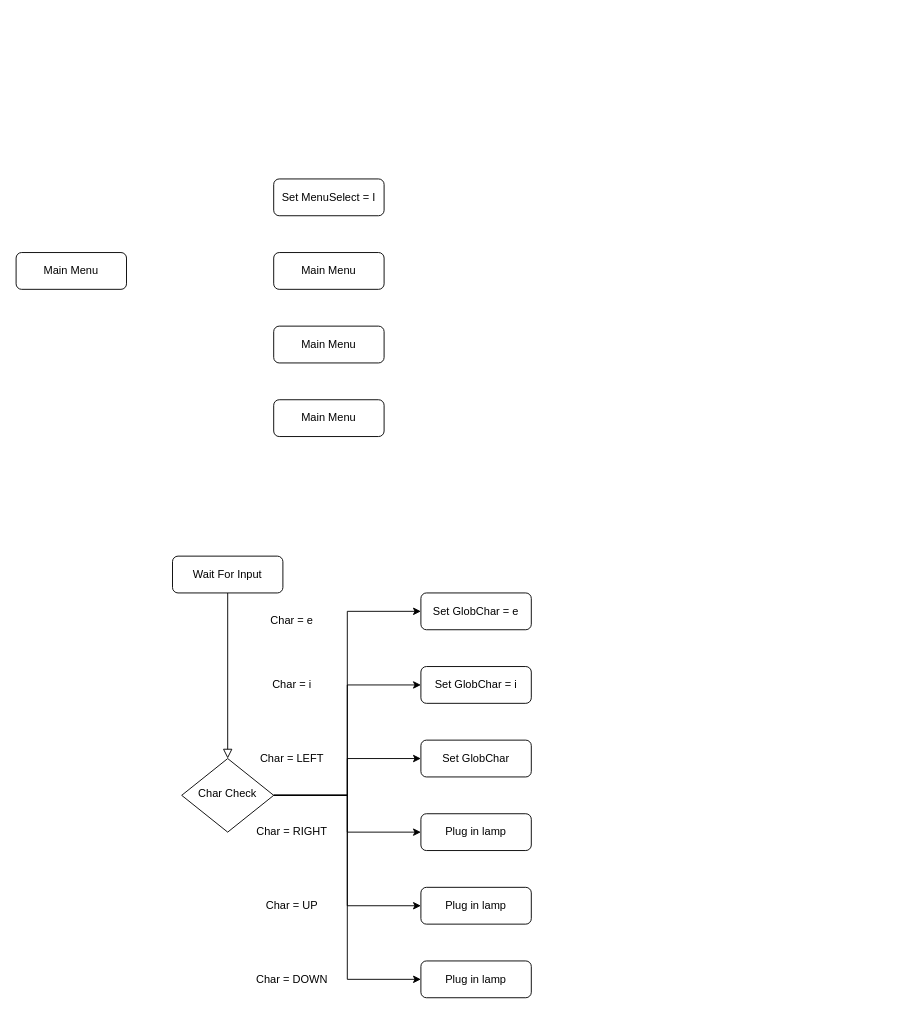
The draw.io diagram GameFLow.drawio in Gamme40/MazeRunner, before the edit. Source tidied: cells renumbered, new cells numbered last; positions are measured from the earlier drawing's top-left corner, leaving out a move shared by most shapes. Both pictures are drawn from the tidied source at 92%, with x=0, y=0 at pixel (16, 178).
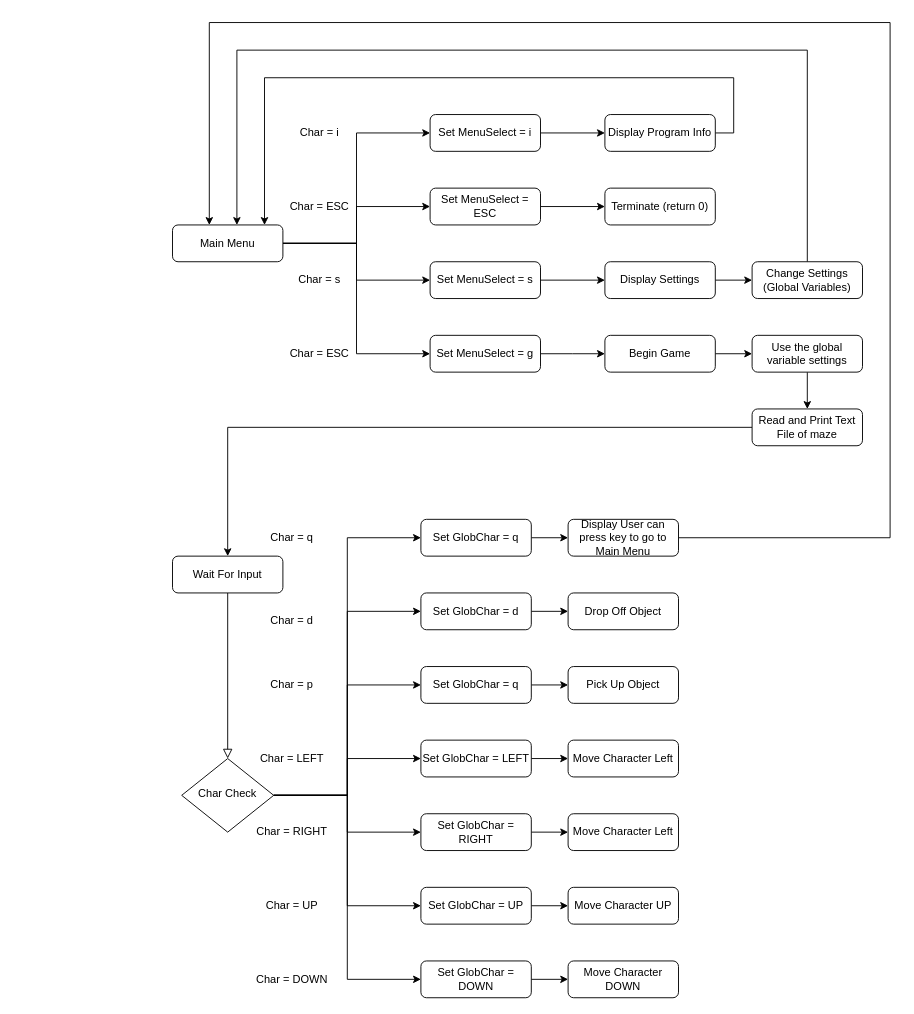
After the change.

Unchanged cells that the change refers to:
```xml
<mxCell id="3" value="Wait For Input" style="rounded=1;whiteSpace=wrap;html=1;fontSize=12;glass=0;strokeWidth=1;shadow=0;" parent="1" vertex="1">
  <mxGeometry x="170" y="410" width="120" height="40" as="geometry" />
</mxCell>
<mxCell id="10" value="Char Check" style="rhombus;whiteSpace=wrap;html=1;shadow=0;fontFamily=Helvetica;fontSize=12;align=center;strokeWidth=1;spacing=6;spacingTop=-4;" parent="1" vertex="1">
  <mxGeometry x="180" y="630" width="100" height="80" as="geometry" />
</mxCell>
```

Diff of the diagram source:
```diff
@@
+    <mxCell id="28" style="edgeStyle=orthogonalEdgeStyle;rounded=0;jettySize=auto;html=1;exitX=1;exitY=0.5;exitDx=0;exitDy=0;entryX=0;entryY=0.5;entryDx=0;entryDy=0;" parent="1" edge="1" source="10" target="61">
+      <mxGeometry relative="1" as="geometry" />
+    </mxCell>
@@
+    <mxCell id="29" style="edgeStyle=orthogonalEdgeStyle;rounded=0;jettySize=auto;html=1;exitX=1;exitY=0.5;exitDx=0;exitDy=0;" parent="1" edge="1" source="11" target="66">
+      <mxGeometry relative="1" as="geometry" />
+    </mxCell>
-    <mxCell id="11" value="Set GlobChar = e" style="rounded=1;whiteSpace=wrap;html=1;fontSize=12;glass=0;strokeWidth=1;shadow=0;" parent="1" vertex="1">
+    <mxCell id="11" value="Set GlobChar = d" style="rounded=1;whiteSpace=wrap;html=1;fontSize=12;glass=0;strokeWidth=1;shadow=0;" parent="1" vertex="1">
       <mxGeometry x="440" y="450" width="120" height="40" as="geometry" />
     </mxCell>
+    <mxCell id="30" style="edgeStyle=orthogonalEdgeStyle;rounded=0;jettySize=auto;html=1;exitX=1;exitY=0.5;exitDx=0;exitDy=0;" parent="1" edge="1" source="12" target="63">
+      <mxGeometry relative="1" as="geometry" />
+    </mxCell>
-    <mxCell id="12" value="Set GlobChar = i" style="rounded=1;whiteSpace=wrap;html=1;fontSize=12;glass=0;strokeWidth=1;shadow=0;" parent="1" vertex="1">
+    <mxCell id="12" value="Set GlobChar = q" style="rounded=1;whiteSpace=wrap;html=1;fontSize=12;glass=0;strokeWidth=1;shadow=0;" parent="1" vertex="1">
       <mxGeometry x="440" y="530" width="120" height="40" as="geometry" />
     </mxCell>
+    <mxCell id="31" style="edgeStyle=orthogonalEdgeStyle;rounded=0;jettySize=auto;html=1;exitX=1;exitY=0.5;exitDx=0;exitDy=0;entryX=0;entryY=0.5;entryDx=0;entryDy=0;" parent="1" edge="1" source="13" target="67">
+      <mxGeometry relative="1" as="geometry" />
+    </mxCell>
-    <mxCell id="13" value="Set GlobChar" style="rounded=1;whiteSpace=wrap;html=1;fontSize=12;glass=0;strokeWidth=1;shadow=0;" parent="1" vertex="1">
+    <mxCell id="13" value="Set GlobChar = LEFT" style="rounded=1;whiteSpace=wrap;html=1;fontSize=12;glass=0;strokeWidth=1;shadow=0;" parent="1" vertex="1">
       <mxGeometry x="440" y="610" width="120" height="40" as="geometry" />
     </mxCell>
+    <mxCell id="32" style="edgeStyle=orthogonalEdgeStyle;rounded=0;jettySize=auto;html=1;exitX=1;exitY=0.5;exitDx=0;exitDy=0;entryX=0;entryY=0.5;entryDx=0;entryDy=0;" parent="1" edge="1" source="14" target="68">
+      <mxGeometry relative="1" as="geometry" />
+    </mxCell>
-    <mxCell id="14" value="Plug in lamp" style="rounded=1;whiteSpace=wrap;html=1;fontSize=12;glass=0;strokeWidth=1;shadow=0;" parent="1" vertex="1">
+    <mxCell id="14" value="Set GlobChar = RIGHT" style="rounded=1;whiteSpace=wrap;html=1;fontSize=12;glass=0;strokeWidth=1;shadow=0;" parent="1" vertex="1">
       <mxGeometry x="440" y="690" width="120" height="40" as="geometry" />
     </mxCell>
+    <mxCell id="33" style="edgeStyle=orthogonalEdgeStyle;rounded=0;jettySize=auto;html=1;exitX=1;exitY=0.5;exitDx=0;exitDy=0;entryX=0;entryY=0.5;entryDx=0;entryDy=0;" parent="1" edge="1" source="15" target="69">
+      <mxGeometry relative="1" as="geometry" />
+    </mxCell>
-    <mxCell id="15" value="Plug in lamp" style="rounded=1;whiteSpace=wrap;html=1;fontSize=12;glass=0;strokeWidth=1;shadow=0;" parent="1" vertex="1">
+    <mxCell id="15" value="Set GlobChar = UP" style="rounded=1;whiteSpace=wrap;html=1;fontSize=12;glass=0;strokeWidth=1;shadow=0;" parent="1" vertex="1">
       <mxGeometry x="440" y="770" width="120" height="40" as="geometry" />
     </mxCell>
+    <mxCell id="34" style="edgeStyle=orthogonalEdgeStyle;rounded=0;jettySize=auto;html=1;exitX=1;exitY=0.5;exitDx=0;exitDy=0;entryX=0;entryY=0.5;entryDx=0;entryDy=0;" parent="1" edge="1" source="16" target="70">
+      <mxGeometry relative="1" as="geometry" />
+    </mxCell>
-    <mxCell id="16" value="Plug in lamp" style="rounded=1;whiteSpace=wrap;html=1;fontSize=12;glass=0;strokeWidth=1;shadow=0;" parent="1" vertex="1">
+    <mxCell id="16" value="Set GlobChar = DOWN" style="rounded=1;whiteSpace=wrap;html=1;fontSize=12;glass=0;strokeWidth=1;shadow=0;" parent="1" vertex="1">
       <mxGeometry x="440" y="850" width="120" height="40" as="geometry" />
     </mxCell>
-    <mxCell id="17" value="Char = i" style="text;html=1;strokeColor=none;fillColor=none;align=center;verticalAlign=middle;whiteSpace=wrap;rounded=0;" parent="1" vertex="1">
+    <mxCell id="17" value="Char = p" style="text;html=1;strokeColor=none;fillColor=none;align=center;verticalAlign=middle;whiteSpace=wrap;rounded=0;" parent="1" vertex="1">
       <mxGeometry x="240" y="540" width="120" height="20" as="geometry" />
     </mxCell>
-    <mxCell id="18" value="Char = e" style="text;html=1;strokeColor=none;fillColor=none;align=center;verticalAlign=middle;whiteSpace=wrap;rounded=0;" parent="1" vertex="1">
+    <mxCell id="18" value="Char = d" style="text;html=1;strokeColor=none;fillColor=none;align=center;verticalAlign=middle;whiteSpace=wrap;rounded=0;" parent="1" vertex="1">
       <mxGeometry x="240" y="470" width="120" height="20" as="geometry" />
     </mxCell>
@@
+    <mxCell id="35" style="edgeStyle=orthogonalEdgeStyle;rounded=0;jettySize=auto;html=1;exitX=1;exitY=0.5;exitDx=0;exitDy=0;entryX=0;entryY=0.5;entryDx=0;entryDy=0;" parent="1" edge="1" source="23" target="24">
+      <mxGeometry relative="1" as="geometry" />
+    </mxCell>
+    <mxCell id="36" style="edgeStyle=orthogonalEdgeStyle;rounded=0;jettySize=auto;html=1;exitX=1;exitY=0.5;exitDx=0;exitDy=0;entryX=0;entryY=0.5;entryDx=0;entryDy=0;" parent="1" edge="1" source="23" target="27">
+      <mxGeometry relative="1" as="geometry" />
+    </mxCell>
+    <mxCell id="37" style="edgeStyle=orthogonalEdgeStyle;rounded=0;jettySize=auto;html=1;exitX=1;exitY=0.5;exitDx=0;exitDy=0;entryX=0;entryY=0.5;entryDx=0;entryDy=0;" parent="1" edge="1" source="23" target="26">
+      <mxGeometry relative="1" as="geometry" />
+    </mxCell>
+    <mxCell id="38" style="edgeStyle=orthogonalEdgeStyle;rounded=0;jettySize=auto;html=1;exitX=1;exitY=0.5;exitDx=0;exitDy=0;entryX=0;entryY=0.5;entryDx=0;entryDy=0;" parent="1" edge="1" source="23" target="25">
+      <mxGeometry relative="1" as="geometry" />
+    </mxCell>
     <mxCell id="23" value="Main Menu" style="rounded=1;whiteSpace=wrap;html=1;fontSize=12;glass=0;strokeWidth=1;shadow=0;" parent="1" vertex="1">
-      <mxGeometry y="80" width="120" height="40" as="geometry" />
+      <mxGeometry x="170" y="50" width="120" height="40" as="geometry" />
     </mxCell>
+    <mxCell id="39" style="edgeStyle=orthogonalEdgeStyle;rounded=0;jettySize=auto;html=1;exitX=1;exitY=0.5;exitDx=0;exitDy=0;entryX=0;entryY=0.5;entryDx=0;entryDy=0;" parent="1" edge="1" source="24" target="48">
+      <mxGeometry relative="1" as="geometry" />
+    </mxCell>
-    <mxCell id="24" value="Set MenuSelect = I" style="rounded=1;whiteSpace=wrap;html=1;fontSize=12;glass=0;strokeWidth=1;shadow=0;" parent="1" vertex="1">
-      <mxGeometry x="280" width="120" height="40" as="geometry" />
+    <mxCell id="24" value="Set MenuSelect = i" style="rounded=1;whiteSpace=wrap;html=1;fontSize=12;glass=0;strokeWidth=1;shadow=0;" parent="1" vertex="1">
+      <mxGeometry x="450" y="-70" width="120" height="40" as="geometry" />
     </mxCell>
+    <mxCell id="40" style="edgeStyle=orthogonalEdgeStyle;rounded=0;jettySize=auto;html=1;exitX=1;exitY=0.5;exitDx=0;exitDy=0;" parent="1" edge="1" source="25">
+      <mxGeometry relative="1" as="geometry">
+        <mxPoint x="640" y="190" as="targetPoint" />
+      </mxGeometry>
+    </mxCell>
-    <mxCell id="25" value="Main Menu" style="rounded=1;whiteSpace=wrap;html=1;fontSize=12;glass=0;strokeWidth=1;shadow=0;" parent="1" vertex="1">
-      <mxGeometry x="280" y="240" width="120" height="40" as="geometry" />
+    <mxCell id="25" value="Set MenuSelect = g" style="rounded=1;whiteSpace=wrap;html=1;fontSize=12;glass=0;strokeWidth=1;shadow=0;" parent="1" vertex="1">
+      <mxGeometry x="450" y="170" width="120" height="40" as="geometry" />
     </mxCell>
+    <mxCell id="41" style="edgeStyle=orthogonalEdgeStyle;rounded=0;jettySize=auto;html=1;exitX=1;exitY=0.5;exitDx=0;exitDy=0;entryX=0;entryY=0.5;entryDx=0;entryDy=0;" parent="1" edge="1" source="26" target="50">
+      <mxGeometry relative="1" as="geometry" />
+    </mxCell>
-    <mxCell id="26" value="Main Menu" style="rounded=1;whiteSpace=wrap;html=1;fontSize=12;glass=0;strokeWidth=1;shadow=0;" parent="1" vertex="1">
-      <mxGeometry x="280" y="160" width="120" height="40" as="geometry" />
+    <mxCell id="26" value="Set MenuSelect = s" style="rounded=1;whiteSpace=wrap;html=1;fontSize=12;glass=0;strokeWidth=1;shadow=0;" parent="1" vertex="1">
+      <mxGeometry x="450" y="90" width="120" height="40" as="geometry" />
     </mxCell>
+    <mxCell id="42" style="edgeStyle=orthogonalEdgeStyle;rounded=0;jettySize=auto;html=1;exitX=1;exitY=0.5;exitDx=0;exitDy=0;entryX=0;entryY=0.5;entryDx=0;entryDy=0;" parent="1" edge="1" source="27" target="53">
+      <mxGeometry relative="1" as="geometry" />
+    </mxCell>
-    <mxCell id="27" value="Main Menu" style="rounded=1;whiteSpace=wrap;html=1;fontSize=12;glass=0;strokeWidth=1;shadow=0;" parent="1" vertex="1">
-      <mxGeometry x="280" y="80" width="120" height="40" as="geometry" />
+    <mxCell id="27" value="Set MenuSelect = ESC" style="rounded=1;whiteSpace=wrap;html=1;fontSize=12;glass=0;strokeWidth=1;shadow=0;" parent="1" vertex="1">
+      <mxGeometry x="450" y="10" width="120" height="40" as="geometry" />
     </mxCell>
+    <mxCell id="43" value="Char = i" style="text;html=1;strokeColor=none;fillColor=none;align=center;verticalAlign=middle;whiteSpace=wrap;rounded=0;" parent="1" vertex="1">
+      <mxGeometry x="290" y="-60" width="80" height="20" as="geometry" />
+    </mxCell>
+    <mxCell id="44" value="Char = ESC" style="text;html=1;strokeColor=none;fillColor=none;align=center;verticalAlign=middle;whiteSpace=wrap;rounded=0;" parent="1" vertex="1">
+      <mxGeometry x="290" y="20" width="80" height="20" as="geometry" />
+    </mxCell>
+    <mxCell id="45" value="Char = s" style="text;html=1;strokeColor=none;fillColor=none;align=center;verticalAlign=middle;whiteSpace=wrap;rounded=0;" parent="1" vertex="1">
+      <mxGeometry x="290" y="100" width="80" height="20" as="geometry" />
+    </mxCell>
+    <mxCell id="46" value="Char = ESC" style="text;html=1;strokeColor=none;fillColor=none;align=center;verticalAlign=middle;whiteSpace=wrap;rounded=0;" parent="1" vertex="1">
+      <mxGeometry x="290" y="180" width="80" height="20" as="geometry" />
+    </mxCell>
+    <mxCell id="47" style="edgeStyle=orthogonalEdgeStyle;rounded=0;jettySize=auto;html=1;exitX=1;exitY=0.5;exitDx=0;exitDy=0;" parent="1" edge="1" source="48">
+      <mxGeometry relative="1" as="geometry">
+        <mxPoint x="270" y="50" as="targetPoint" />
+        <Array as="points">
+          <mxPoint x="780" y="-50" />
+          <mxPoint x="780" y="-110" />
+          <mxPoint x="270" y="-110" />
+          <mxPoint x="270" y="50" />
+        </Array>
+      </mxGeometry>
+    </mxCell>
+    <mxCell id="48" value="Display Program Info" style="rounded=1;whiteSpace=wrap;html=1;fontSize=12;glass=0;strokeWidth=1;shadow=0;" parent="1" vertex="1">
+      <mxGeometry x="640" y="-70" width="120" height="40" as="geometry" />
+    </mxCell>
+    <mxCell id="49" style="edgeStyle=orthogonalEdgeStyle;rounded=0;jettySize=auto;html=1;exitX=1;exitY=0.5;exitDx=0;exitDy=0;entryX=0;entryY=0.5;entryDx=0;entryDy=0;" parent="1" edge="1" source="50" target="52">
+      <mxGeometry relative="1" as="geometry" />
+    </mxCell>
+    <mxCell id="50" value="Display Settings" style="rounded=1;whiteSpace=wrap;html=1;fontSize=12;glass=0;strokeWidth=1;shadow=0;" parent="1" vertex="1">
+      <mxGeometry x="640" y="90" width="120" height="40" as="geometry" />
+    </mxCell>
+    <mxCell id="51" style="edgeStyle=orthogonalEdgeStyle;rounded=0;jettySize=auto;html=1;exitX=0.5;exitY=0;exitDx=0;exitDy=0;" parent="1" edge="1" source="52">
+      <mxGeometry relative="1" as="geometry">
+        <mxPoint x="240" y="50" as="targetPoint" />
+        <Array as="points">
+          <mxPoint x="860" y="-140" />
+          <mxPoint x="240" y="-140" />
+          <mxPoint x="240" y="50" />
+        </Array>
+      </mxGeometry>
+    </mxCell>
+    <mxCell id="52" value="Change Settings (Global Variables)" style="rounded=1;whiteSpace=wrap;html=1;fontSize=12;glass=0;strokeWidth=1;shadow=0;" parent="1" vertex="1">
+      <mxGeometry x="800" y="90" width="120" height="40" as="geometry" />
+    </mxCell>
+    <mxCell id="53" value="Terminate (return 0)" style="rounded=1;whiteSpace=wrap;html=1;fontSize=12;glass=0;strokeWidth=1;shadow=0;" parent="1" vertex="1">
+      <mxGeometry x="640" y="10" width="120" height="40" as="geometry" />
+    </mxCell>
+    <mxCell id="54" style="edgeStyle=orthogonalEdgeStyle;rounded=0;jettySize=auto;html=1;exitX=1;exitY=0.5;exitDx=0;exitDy=0;entryX=0;entryY=0.5;entryDx=0;entryDy=0;" parent="1" edge="1" source="55" target="57">
+      <mxGeometry relative="1" as="geometry" />
+    </mxCell>
+    <mxCell id="55" value="Begin Game" style="rounded=1;whiteSpace=wrap;html=1;fontSize=12;glass=0;strokeWidth=1;shadow=0;" parent="1" vertex="1">
+      <mxGeometry x="640" y="170" width="120" height="40" as="geometry" />
+    </mxCell>
+    <mxCell id="56" style="edgeStyle=orthogonalEdgeStyle;rounded=0;jettySize=auto;html=1;exitX=0.5;exitY=1;exitDx=0;exitDy=0;entryX=0.5;entryY=0;entryDx=0;entryDy=0;" parent="1" edge="1" source="57" target="59">
+      <mxGeometry relative="1" as="geometry" />
+    </mxCell>
+    <mxCell id="57" value="Use the global variable settings" style="rounded=1;whiteSpace=wrap;html=1;fontSize=12;glass=0;strokeWidth=1;shadow=0;" parent="1" vertex="1">
+      <mxGeometry x="800" y="170" width="120" height="40" as="geometry" />
+    </mxCell>
+    <mxCell id="58" style="edgeStyle=orthogonalEdgeStyle;rounded=0;jettySize=auto;html=1;exitX=0;exitY=0.5;exitDx=0;exitDy=0;entryX=0.5;entryY=0;entryDx=0;entryDy=0;" parent="1" edge="1" source="59" target="3">
+      <mxGeometry relative="1" as="geometry" />
+    </mxCell>
+    <mxCell id="59" value="Read and Print Text File of maze" style="rounded=1;whiteSpace=wrap;html=1;fontSize=12;glass=0;strokeWidth=1;shadow=0;" parent="1" vertex="1">
+      <mxGeometry x="800" y="250" width="120" height="40" as="geometry" />
+    </mxCell>
+    <mxCell id="60" style="edgeStyle=orthogonalEdgeStyle;rounded=0;jettySize=auto;html=1;exitX=1;exitY=0.5;exitDx=0;exitDy=0;entryX=0;entryY=0.5;entryDx=0;entryDy=0;" parent="1" edge="1" source="61" target="65">
+      <mxGeometry relative="1" as="geometry" />
+    </mxCell>
+    <mxCell id="61" value="Set GlobChar = q" style="rounded=1;whiteSpace=wrap;html=1;fontSize=12;glass=0;strokeWidth=1;shadow=0;" parent="1" vertex="1">
+      <mxGeometry x="440" y="370" width="120" height="40" as="geometry" />
+    </mxCell>
+    <mxCell id="62" value="Char = q" style="text;html=1;strokeColor=none;fillColor=none;align=center;verticalAlign=middle;whiteSpace=wrap;rounded=0;" parent="1" vertex="1">
+      <mxGeometry x="240" y="380" width="120" height="20" as="geometry" />
+    </mxCell>
+    <mxCell id="63" value="Pick Up Object" style="rounded=1;whiteSpace=wrap;html=1;fontSize=12;glass=0;strokeWidth=1;shadow=0;" parent="1" vertex="1">
+      <mxGeometry x="600" y="530" width="120" height="40" as="geometry" />
+    </mxCell>
+    <mxCell id="64" style="edgeStyle=orthogonalEdgeStyle;rounded=0;jettySize=auto;html=1;exitX=1;exitY=0.5;exitDx=0;exitDy=0;" parent="1" edge="1" source="65">
+      <mxGeometry relative="1" as="geometry">
+        <mxPoint x="210" y="50" as="targetPoint" />
+        <Array as="points">
+          <mxPoint x="950" y="390" />
+          <mxPoint x="950" y="-170" />
+          <mxPoint x="210" y="-170" />
+          <mxPoint x="210" y="50" />
+        </Array>
+      </mxGeometry>
+    </mxCell>
+    <mxCell id="65" value="Display User can press key to go to Main Menu" style="rounded=1;whiteSpace=wrap;html=1;fontSize=12;glass=0;strokeWidth=1;shadow=0;" parent="1" vertex="1">
+      <mxGeometry x="600" y="370" width="120" height="40" as="geometry" />
+    </mxCell>
+    <mxCell id="66" value="Drop Off Object" style="rounded=1;whiteSpace=wrap;html=1;fontSize=12;glass=0;strokeWidth=1;shadow=0;" parent="1" vertex="1">
+      <mxGeometry x="600" y="450" width="120" height="40" as="geometry" />
+    </mxCell>
+    <mxCell id="67" value="Move Character Left" style="rounded=1;whiteSpace=wrap;html=1;fontSize=12;glass=0;strokeWidth=1;shadow=0;" parent="1" vertex="1">
+      <mxGeometry x="600" y="610" width="120" height="40" as="geometry" />
+    </mxCell>
+    <mxCell id="68" value="Move Character Left" style="rounded=1;whiteSpace=wrap;html=1;fontSize=12;glass=0;strokeWidth=1;shadow=0;" parent="1" vertex="1">
+      <mxGeometry x="600" y="690" width="120" height="40" as="geometry" />
+    </mxCell>
+    <mxCell id="69" value="Move Character UP" style="rounded=1;whiteSpace=wrap;html=1;fontSize=12;glass=0;strokeWidth=1;shadow=0;" parent="1" vertex="1">
+      <mxGeometry x="600" y="770" width="120" height="40" as="geometry" />
+    </mxCell>
+    <mxCell id="70" value="Move Character DOWN" style="rounded=1;whiteSpace=wrap;html=1;fontSize=12;glass=0;strokeWidth=1;shadow=0;" parent="1" vertex="1">
+      <mxGeometry x="600" y="850" width="120" height="40" as="geometry" />
+    </mxCell>
```
